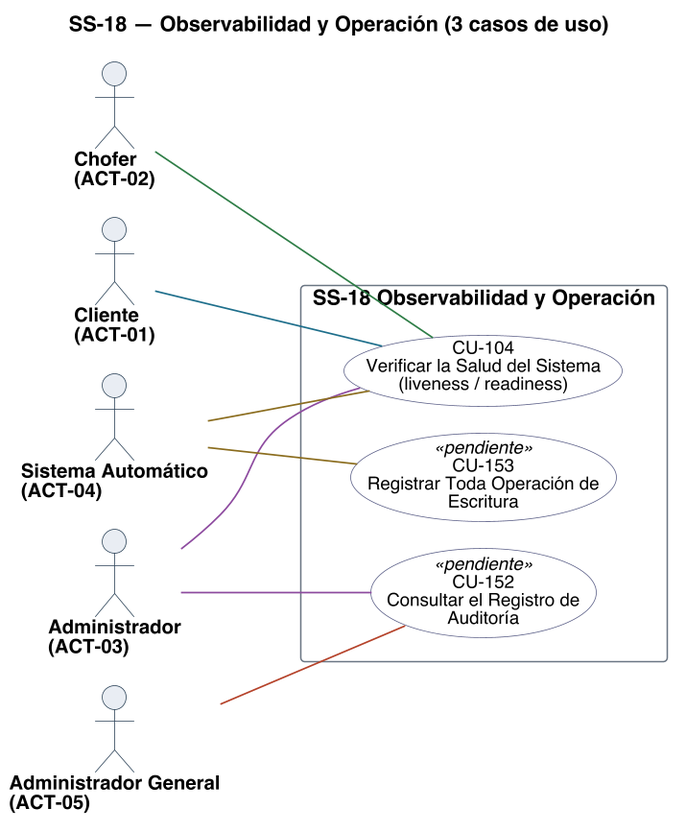
The PlantUML diagram diagramas/uml/CU_SS-18_Observabilidad-Y-Operacion.png in Nahuelito-Dev/splg-docs, before a commit.
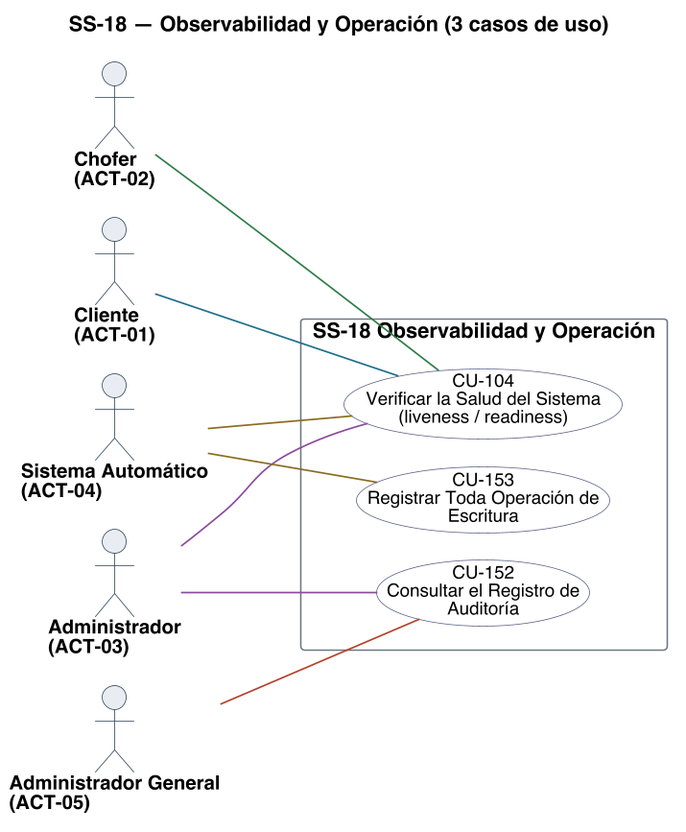
After the change.

The edit, as a diff of the source:
```diff
@@ -42,8 +42,8 @@
 
 rectangle "SS-18 Observabilidad y Operación" {
   usecase "CU-104\nVerificar la Salud del Sistema\n(liveness / readiness)" as U104 #back:FFFFFF;line:5B5F87
-  usecase "CU-152\nConsultar el Registro de\nAuditoría" as U152 <<pendiente>> #back:FFFFFF;line:5B5F87
-  usecase "CU-153\nRegistrar Toda Operación de\nEscritura" as U153 <<pendiente>> #back:FFFFFF;line:5B5F87
+  usecase "CU-152\nConsultar el Registro de\nAuditoría" as U152 #back:FFFFFF;line:5B5F87
+  usecase "CU-153\nRegistrar Toda Operación de\nEscritura" as U153 #back:FFFFFF;line:5B5F87
 }
 
 A01 -[#1F6F8B]- U104
```
